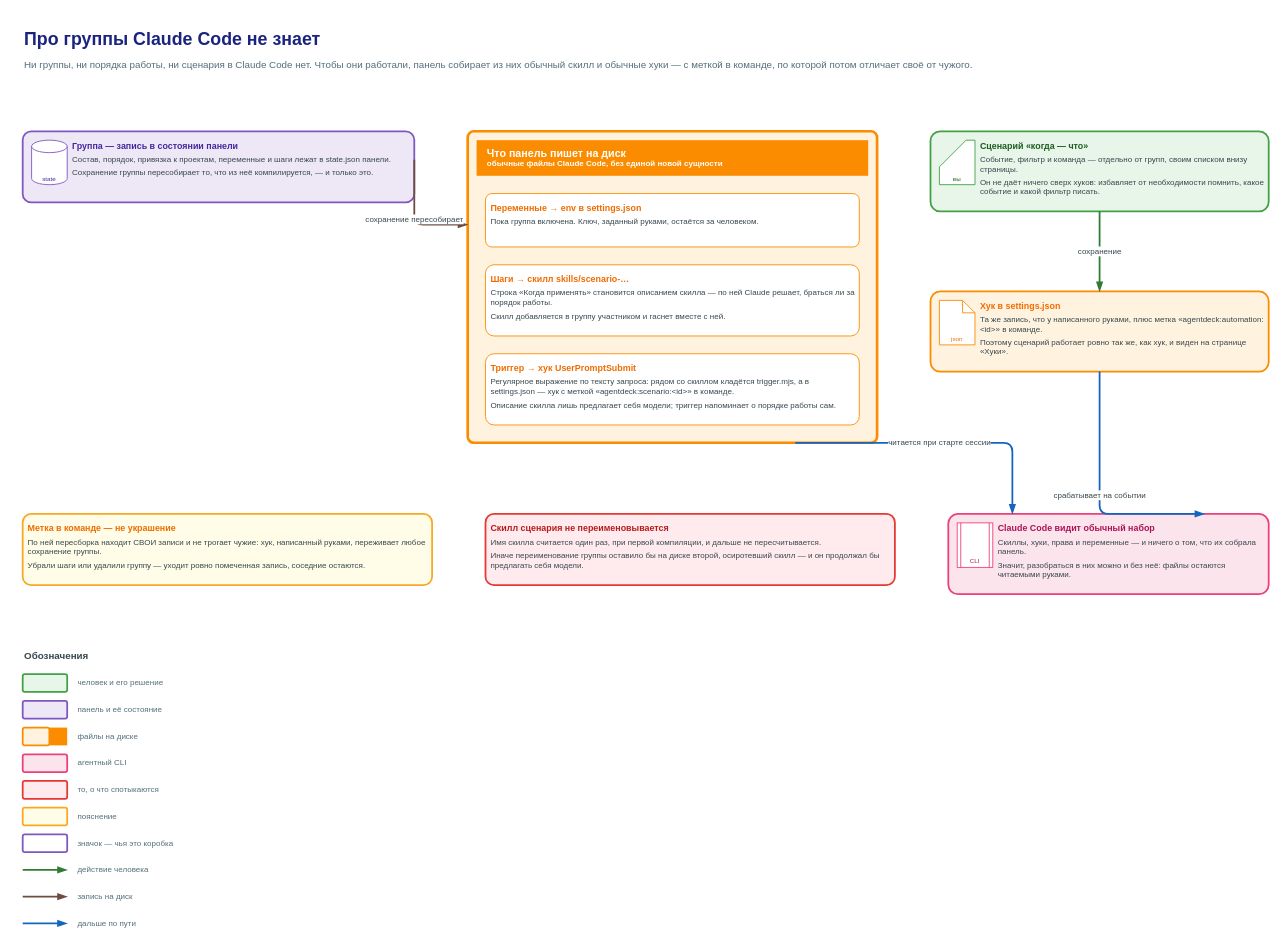
rusyander/claude-control keeps this draw.io diagram as page "2. Куда уходит группа" (2 of 2) of docs/diagrams/groups-guide/groups-guide.drawio. Above is the earlier version. Source tidied: cells renumbered, new cells numbered last; positions are measured from the earlier drawing's top-left corner, leaving out a move shared by most shapes. Both pictures are drawn from the tidied source at 89%, with x=0, y=0 at pixel (22, 24).
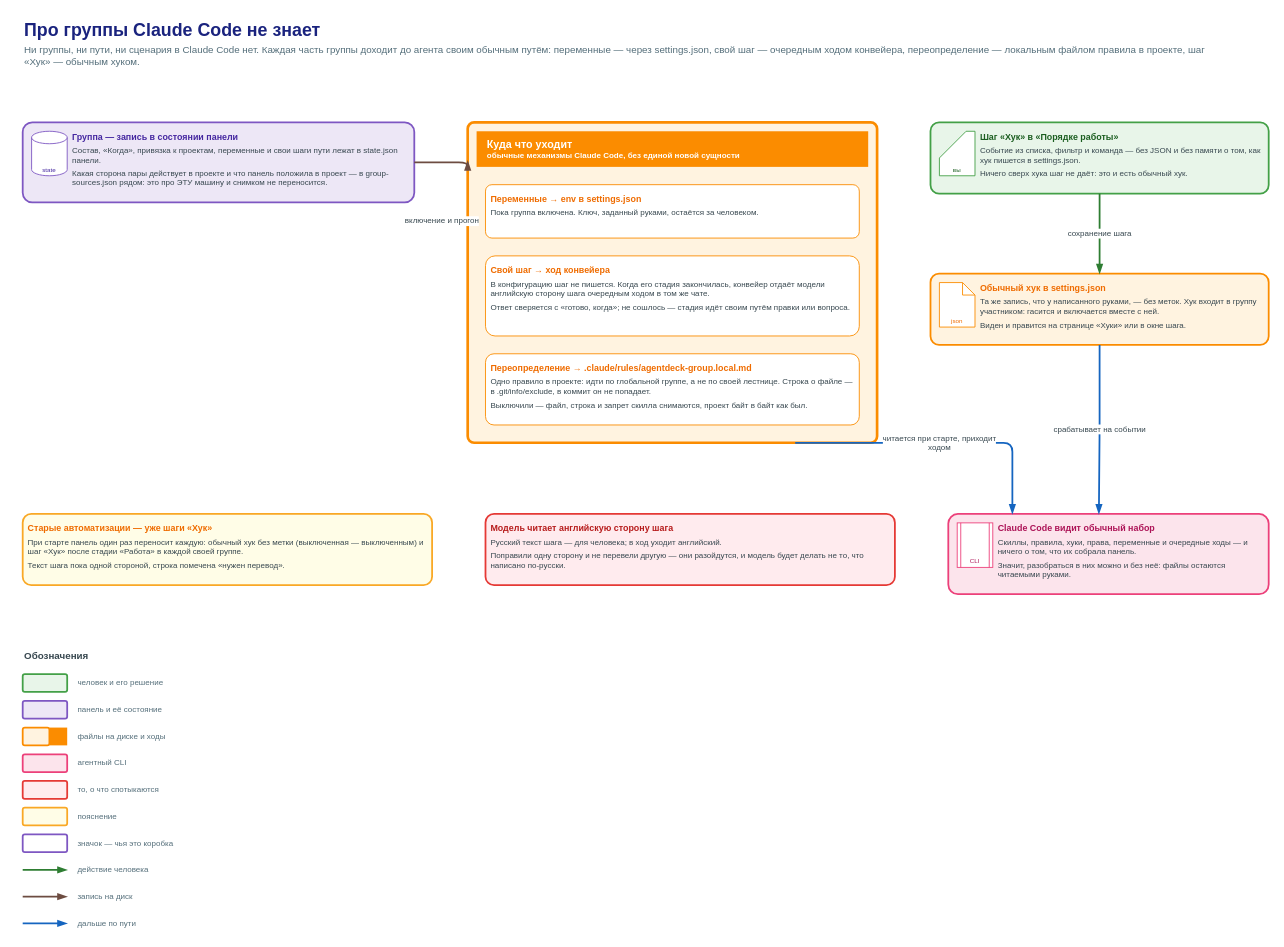
The same diagram, later.

The edit, as a diff of the source:
```diff
@@
     <mxCell id="2" value="Про группы Claude Code не знает" style="text;html=1;whiteSpace=wrap;align=left;verticalAlign=middle;fontSize=20;fontColor=#1A237E;fontStyle=1;" parent="1" vertex="1">
-      <mxGeometry width="1340" height="30" as="geometry" />
+      <mxGeometry y="-10" width="1340" height="30" as="geometry" />
     </mxCell>
-    <mxCell id="3" value="Ни группы, ни порядка работы, ни сценария в Claude Code нет. Чтобы они работали, панель собирает из них обычный скилл и обычные хуки — с меткой в команде, по которой потом отличает своё от чужого." style="text;html=1;whiteSpace=wrap;align=left;verticalAlign=middle;fontSize=11;fontColor=#546E7A;" parent="1" vertex="1">
-      <mxGeometry y="30" width="1340" height="30" as="geometry" />
+    <mxCell id="3" value="Ни группы, ни пути, ни сценария в Claude Code нет. Каждая часть группы доходит до агента своим обычным путём: переменные — через settings.json, свой шаг — очередным ходом конвейера, переопределение — локальным файлом правила в проекте, шаг «Хук» — обычным хуком." style="text;html=1;whiteSpace=wrap;align=left;verticalAlign=middle;fontSize=11;fontColor=#546E7A;" parent="1" vertex="1">
+      <mxGeometry y="20" width="1340" height="30" as="geometry" />
     </mxCell>
-    <mxCell id="4" value="&lt;div style=&quot;font-size:10px;font-weight:600;color:#4527A0;text-align:left&quot;&gt;Группа — запись в состоянии панели&lt;/div&gt;&lt;div style=&quot;font-size:9px;text-align:left;margin-top:4px&quot;&gt;Состав, порядок, привязка к проектам, переменные и шаги лежат в state.json панели.&lt;/div&gt;&lt;div style=&quot;font-size:9px;text-align:left;margin-top:4px&quot;&gt;Сохранение группы пересобирает то, что из неё компилируется, — и только это.&lt;/div&gt;" style="rounded=1;arcSize=12;fillColor=#EDE7F6;strokeColor=#7E57C2;strokeWidth=2;html=1;whiteSpace=wrap;align=left;verticalAlign=top;spacing=6;fontSize=9;fontColor=#37474F;spacingLeft=50;informational=1;" parent="1" vertex="1">
-      <mxGeometry y="120" width="440" height="80" as="geometry" />
+    <mxCell id="4" value="&lt;div style=&quot;font-size:10px;font-weight:600;color:#4527A0;text-align:left&quot;&gt;Группа — запись в состоянии панели&lt;/div&gt;&lt;div style=&quot;font-size:9px;text-align:left;margin-top:4px&quot;&gt;Состав, «Когда», привязка к проектам, переменные и свои шаги пути лежат в state.json панели.&lt;/div&gt;&lt;div style=&quot;font-size:9px;text-align:left;margin-top:4px&quot;&gt;Какая сторона пары действует в проекте и что панель положила в проект — в group-sources.json рядом: это про ЭТУ машину и снимком не переносится.&lt;/div&gt;" style="rounded=1;arcSize=12;fillColor=#EDE7F6;strokeColor=#7E57C2;strokeWidth=2;html=1;whiteSpace=wrap;align=left;verticalAlign=top;spacing=6;fontSize=9;fontColor=#37474F;spacingLeft=50;informational=1;" parent="1" vertex="1">
+      <mxGeometry y="110" width="440" height="90" as="geometry" />
     </mxCell>
@@
     <mxCell id="6" style="rounded=1;arcSize=2;fillColor=#FFF3E0;strokeColor=#FB8C00;strokeWidth=3;html=1;verticalAlign=top;align=left;informational=1;" parent="1" vertex="1">
-      <mxGeometry x="500" y="120" width="460" height="350" as="geometry" />
+      <mxGeometry x="500" y="110" width="460" height="360" as="geometry" />
     </mxCell>
-    <mxCell id="7" value="Что панель пишет на диск&lt;div style=&quot;font-size:9px&quot;&gt;обычные файлы Claude Code, без единой новой сущности&lt;/div&gt;" style="rounded=0;fillColor=#FB8C00;strokeColor=none;html=1;whiteSpace=wrap;align=left;verticalAlign=middle;spacingLeft=10;fontSize=12;fontStyle=1;fontColor=#FFFFFF;informational=1;" parent="6" vertex="1">
+    <mxCell id="7" value="Куда что уходит&lt;div style=&quot;font-size:9px&quot;&gt;обычные механизмы Claude Code, без единой новой сущности&lt;/div&gt;" style="rounded=0;fillColor=#FB8C00;strokeColor=none;html=1;whiteSpace=wrap;align=left;verticalAlign=middle;spacingLeft=10;fontSize=12;fontStyle=1;fontColor=#FFFFFF;informational=1;" parent="6" vertex="1">
       <mxGeometry x="10" y="10" width="440" height="40" as="geometry" />
     </mxCell>
@@
-    <mxCell id="9" value="&lt;div style=&quot;font-size:10px;font-weight:600;color:#EF6C00;text-align:left&quot;&gt;Шаги → скилл skills/scenario-…&lt;/div&gt;&lt;div style=&quot;font-size:9px;text-align:left;margin-top:4px&quot;&gt;Строка «Когда применять» становится описанием скилла — по ней Claude решает, браться ли за порядок работы.&lt;/div&gt;&lt;div style=&quot;font-size:9px;text-align:left;margin-top:4px&quot;&gt;Скилл добавляется в группу участником и гаснет вместе с ней.&lt;/div&gt;" style="rounded=1;arcSize=12;fillColor=#FFFFFF;strokeColor=#FB8C00;strokeWidth=1;html=1;whiteSpace=wrap;align=left;verticalAlign=top;spacing=6;fontSize=9;fontColor=#37474F;informational=1;" parent="6" vertex="1">
-      <mxGeometry x="20" y="150" width="420" height="80" as="geometry" />
-    </mxCell>
-    <mxCell id="10" value="&lt;div style=&quot;font-size:10px;font-weight:600;color:#EF6C00;text-align:left&quot;&gt;Триггер → хук UserPromptSubmit&lt;/div&gt;&lt;div style=&quot;font-size:9px;text-align:left;margin-top:4px&quot;&gt;Регулярное выражение по тексту запроса: рядом со скиллом кладётся trigger.mjs, а в settings.json — хук с меткой «agentdeck:scenario:&amp;lt;id&amp;gt;» в команде.&lt;/div&gt;&lt;div style=&quot;font-size:9px;text-align:left;margin-top:4px&quot;&gt;Описание скилла лишь предлагает себя модели; триггер напоминает о порядке работы сам.&lt;/div&gt;" style="rounded=1;arcSize=12;fillColor=#FFFFFF;strokeColor=#FB8C00;strokeWidth=1;html=1;whiteSpace=wrap;align=left;verticalAlign=top;spacing=6;fontSize=9;fontColor=#37474F;informational=1;" parent="6" vertex="1">
-      <mxGeometry x="20" y="250" width="420" height="80" as="geometry" />
-    </mxCell>
+    <mxCell id="45" value="&lt;div style=&quot;font-size:10px;font-weight:600;color:#EF6C00;text-align:left&quot;&gt;Свой шаг → ход конвейера&lt;/div&gt;&lt;div style=&quot;font-size:9px;text-align:left;margin-top:4px&quot;&gt;В конфигурацию шаг не пишется. Когда его стадия закончилась, конвейер отдаёт модели английскую сторону шага очередным ходом в том же чате.&lt;/div&gt;&lt;div style=&quot;font-size:9px;text-align:left;margin-top:4px&quot;&gt;Ответ сверяется с «готово, когда»; не сошлось — стадия идёт своим путём правки или вопроса.&lt;/div&gt;" style="rounded=1;arcSize=12;fillColor=#FFFFFF;strokeColor=#FB8C00;strokeWidth=1;html=1;whiteSpace=wrap;align=left;verticalAlign=top;spacing=6;fontSize=9;fontColor=#37474F;informational=1;" parent="6" vertex="1">
+      <mxGeometry x="20" y="150" width="420" height="90" as="geometry" />
+    </mxCell>
+    <mxCell id="46" value="&lt;div style=&quot;font-size:10px;font-weight:600;color:#EF6C00;text-align:left&quot;&gt;Переопределение → .claude/rules/agentdeck-group.local.md&lt;/div&gt;&lt;div style=&quot;font-size:9px;text-align:left;margin-top:4px&quot;&gt;Одно правило в проекте: идти по глобальной группе, а не по своей лестнице. Строка о файле — в .git/info/exclude, в коммит он не попадает.&lt;/div&gt;&lt;div style=&quot;font-size:9px;text-align:left;margin-top:4px&quot;&gt;Выключили — файл, строка и запрет скилла снимаются, проект байт в байт как был.&lt;/div&gt;" style="rounded=1;arcSize=12;fillColor=#FFFFFF;strokeColor=#FB8C00;strokeWidth=1;html=1;whiteSpace=wrap;align=left;verticalAlign=top;spacing=6;fontSize=9;fontColor=#37474F;informational=1;" parent="6" vertex="1">
+      <mxGeometry x="20" y="260" width="420" height="80" as="geometry" />
+    </mxCell>
-    <mxCell id="11" value="&lt;div style=&quot;font-size:10px;font-weight:600;color:#1B5E20;text-align:left&quot;&gt;Сценарий «когда — что»&lt;/div&gt;&lt;div style=&quot;font-size:9px;text-align:left;margin-top:4px&quot;&gt;Событие, фильтр и команда — отдельно от групп, своим списком внизу страницы.&lt;/div&gt;&lt;div style=&quot;font-size:9px;text-align:left;margin-top:4px&quot;&gt;Он не даёт ничего сверх хуков: избавляет от необходимости помнить, какое событие и какой фильтр писать.&lt;/div&gt;" style="rounded=1;arcSize=12;fillColor=#E8F5E9;strokeColor=#43A047;strokeWidth=2;html=1;whiteSpace=wrap;align=left;verticalAlign=top;spacing=6;fontSize=9;fontColor=#37474F;spacingLeft=50;informational=1;" parent="1" vertex="1">
-      <mxGeometry x="1020" y="120" width="380" height="90" as="geometry" />
+    <mxCell id="11" value="&lt;div style=&quot;font-size:10px;font-weight:600;color:#1B5E20;text-align:left&quot;&gt;Шаг «Хук» в «Порядке работы»&lt;/div&gt;&lt;div style=&quot;font-size:9px;text-align:left;margin-top:4px&quot;&gt;Событие из списка, фильтр и команда — без JSON и без памяти о том, как хук пишется в settings.json.&lt;/div&gt;&lt;div style=&quot;font-size:9px;text-align:left;margin-top:4px&quot;&gt;Ничего сверх хука шаг не даёт: это и есть обычный хук.&lt;/div&gt;" style="rounded=1;arcSize=12;fillColor=#E8F5E9;strokeColor=#43A047;strokeWidth=2;html=1;whiteSpace=wrap;align=left;verticalAlign=top;spacing=6;fontSize=9;fontColor=#37474F;spacingLeft=50;informational=1;" parent="1" vertex="1">
+      <mxGeometry x="1020" y="110" width="380" height="80" as="geometry" />
     </mxCell>
@@
-    <mxCell id="13" value="&lt;div style=&quot;font-size:10px;font-weight:600;color:#EF6C00;text-align:left&quot;&gt;Хук в settings.json&lt;/div&gt;&lt;div style=&quot;font-size:9px;text-align:left;margin-top:4px&quot;&gt;Та же запись, что у написанного руками, плюс метка «agentdeck:automation:&amp;lt;id&amp;gt;» в команде.&lt;/div&gt;&lt;div style=&quot;font-size:9px;text-align:left;margin-top:4px&quot;&gt;Поэтому сценарий работает ровно так же, как хук, и виден на странице «Хуки».&lt;/div&gt;" style="rounded=1;arcSize=12;fillColor=#FFF3E0;strokeColor=#FB8C00;strokeWidth=2;html=1;whiteSpace=wrap;align=left;verticalAlign=top;spacing=6;fontSize=9;fontColor=#37474F;spacingLeft=50;informational=1;" parent="1" vertex="1">
-      <mxGeometry x="1020" y="300" width="380" height="90" as="geometry" />
+    <mxCell id="13" value="&lt;div style=&quot;font-size:10px;font-weight:600;color:#EF6C00;text-align:left&quot;&gt;Обычный хук в settings.json&lt;/div&gt;&lt;div style=&quot;font-size:9px;text-align:left;margin-top:4px&quot;&gt;Та же запись, что у написанного руками, — без меток. Хук входит в группу участником: гасится и включается вместе с ней.&lt;/div&gt;&lt;div style=&quot;font-size:9px;text-align:left;margin-top:4px&quot;&gt;Виден и правится на странице «Хуки» или в окне шага.&lt;/div&gt;" style="rounded=1;arcSize=12;fillColor=#FFF3E0;strokeColor=#FB8C00;strokeWidth=2;html=1;whiteSpace=wrap;align=left;verticalAlign=top;spacing=6;fontSize=9;fontColor=#37474F;spacingLeft=50;informational=1;" parent="1" vertex="1">
+      <mxGeometry x="1020" y="280" width="380" height="80" as="geometry" />
     </mxCell>
@@
-    <mxCell id="15" value="&lt;div style=&quot;font-size:10px;font-weight:600;color:#EF6C00;text-align:left&quot;&gt;Метка в команде — не украшение&lt;/div&gt;&lt;div style=&quot;font-size:9px;text-align:left;margin-top:4px&quot;&gt;По ней пересборка находит СВОИ записи и не трогает чужие: хук, написанный руками, переживает любое сохранение группы.&lt;/div&gt;&lt;div style=&quot;font-size:9px;text-align:left;margin-top:4px&quot;&gt;Убрали шаги или удалили группу — уходит ровно помеченная запись, соседние остаются.&lt;/div&gt;" style="rounded=1;arcSize=12;fillColor=#FFFDE7;strokeColor=#F9A825;strokeWidth=2;html=1;whiteSpace=wrap;align=left;verticalAlign=top;spacing=6;fontSize=9;fontColor=#37474F;informational=1;" parent="1" vertex="1">
+    <mxCell id="15" value="&lt;div style=&quot;font-size:10px;font-weight:600;color:#EF6C00;text-align:left&quot;&gt;Старые автоматизации — уже шаги «Хук»&lt;/div&gt;&lt;div style=&quot;font-size:9px;text-align:left;margin-top:4px&quot;&gt;При старте панель один раз переносит каждую: обычный хук без метки (выключенная — выключенным) и шаг «Хук» после стадии «Работа» в каждой своей группе.&lt;/div&gt;&lt;div style=&quot;font-size:9px;text-align:left;margin-top:4px&quot;&gt;Текст шага пока одной стороной, строка помечена «нужен перевод».&lt;/div&gt;" style="rounded=1;arcSize=12;fillColor=#FFFDE7;strokeColor=#F9A825;strokeWidth=2;html=1;whiteSpace=wrap;align=left;verticalAlign=top;spacing=6;fontSize=9;fontColor=#37474F;informational=1;" parent="1" vertex="1">
       <mxGeometry y="550" width="460" height="80" as="geometry" />
     </mxCell>
-    <mxCell id="16" value="&lt;div style=&quot;font-size:10px;font-weight:600;color:#B71C1C;text-align:left&quot;&gt;Скилл сценария не переименовывается&lt;/div&gt;&lt;div style=&quot;font-size:9px;text-align:left;margin-top:4px&quot;&gt;Имя скилла считается один раз, при первой компиляции, и дальше не пересчитывается.&lt;/div&gt;&lt;div style=&quot;font-size:9px;text-align:left;margin-top:4px&quot;&gt;Иначе переименование группы оставило бы на диске второй, осиротевший скилл — и он продолжал бы предлагать себя модели.&lt;/div&gt;" style="rounded=1;arcSize=12;fillColor=#FFEBEE;strokeColor=#E53935;strokeWidth=2;html=1;whiteSpace=wrap;align=left;verticalAlign=top;spacing=6;fontSize=9;fontColor=#37474F;informational=1;" parent="1" vertex="1">
-      <mxGeometry x="520" y="550" width="460" height="80" as="geometry" />
-    </mxCell>
+    <mxCell id="47" value="&lt;div style=&quot;font-size:10px;font-weight:600;color:#B71C1C;text-align:left&quot;&gt;Модель читает английскую сторону шага&lt;/div&gt;&lt;div style=&quot;font-size:9px;text-align:left;margin-top:4px&quot;&gt;Русский текст шага — для человека; в ход уходит английский.&lt;/div&gt;&lt;div style=&quot;font-size:9px;text-align:left;margin-top:4px&quot;&gt;Поправили одну сторону и не перевели другую — они разойдутся, и модель будет делать не то, что написано по-русски.&lt;/div&gt;" style="rounded=1;arcSize=12;fillColor=#FFEBEE;strokeColor=#E53935;strokeWidth=2;html=1;whiteSpace=wrap;align=left;verticalAlign=top;spacing=6;fontSize=9;fontColor=#37474F;informational=1;" parent="1" vertex="1">
+      <mxGeometry x="520" y="550" width="460" height="80" as="geometry" />
+    </mxCell>
-    <mxCell id="17" value="&lt;div style=&quot;font-size:10px;font-weight:600;color:#AD1457;text-align:left&quot;&gt;Claude Code видит обычный набор&lt;/div&gt;&lt;div style=&quot;font-size:9px;text-align:left;margin-top:4px&quot;&gt;Скиллы, хуки, права и переменные — и ничего о том, что их собрала панель.&lt;/div&gt;&lt;div style=&quot;font-size:9px;text-align:left;margin-top:4px&quot;&gt;Значит, разобраться в них можно и без неё: файлы остаются читаемыми руками.&lt;/div&gt;" style="rounded=1;arcSize=12;fillColor=#FCE4EC;strokeColor=#EC407A;strokeWidth=2;html=1;whiteSpace=wrap;align=left;verticalAlign=top;spacing=6;fontSize=9;fontColor=#37474F;spacingLeft=50;informational=1;" parent="1" vertex="1">
+    <mxCell id="17" value="&lt;div style=&quot;font-size:10px;font-weight:600;color:#AD1457;text-align:left&quot;&gt;Claude Code видит обычный набор&lt;/div&gt;&lt;div style=&quot;font-size:9px;text-align:left;margin-top:4px&quot;&gt;Скиллы, правила, хуки, права, переменные и очередные ходы — и ничего о том, что их собрала панель.&lt;/div&gt;&lt;div style=&quot;font-size:9px;text-align:left;margin-top:4px&quot;&gt;Значит, разобраться в них можно и без неё: файлы остаются читаемыми руками.&lt;/div&gt;" style="rounded=1;arcSize=12;fillColor=#FCE4EC;strokeColor=#EC407A;strokeWidth=2;html=1;whiteSpace=wrap;align=left;verticalAlign=top;spacing=6;fontSize=9;fontColor=#37474F;spacingLeft=50;informational=1;" parent="1" vertex="1">
       <mxGeometry x="1040" y="550" width="360" height="90" as="geometry" />
     </mxCell>
@@
-    <mxCell id="19" value="сохранение пересобирает" style="edgeStyle=orthogonalEdgeStyle;rounded=1;html=1;fontSize=9;fontColor=#37474F;labelBackgroundColor=#FFFFFF;endArrow=blockThin;endFill=1;jettySize=auto;strokeWidth=2;strokeColor=#6D4C41;exitX=1;exitY=0.4;exitDx=0;exitDy=0;entryX=0;entryY=0.3;entryDx=0;entryDy=0;" parent="1" edge="1" source="4" target="6">
-      <mxGeometry relative="1" as="geometry">
+    <mxCell id="19" value="включение и прогон" style="edgeStyle=orthogonalEdgeStyle;rounded=1;html=1;fontSize=9;fontColor=#37474F;labelBackgroundColor=#FFFFFF;endArrow=blockThin;endFill=1;jettySize=auto;strokeWidth=2;strokeColor=#6D4C41;exitX=1;exitY=0.5;exitDx=0;exitDy=0;entryX=0;entryY=0.12;entryDx=0;entryDy=0;" parent="1" edge="1" source="4" target="6">
+      <mxGeometry y="-66" relative="1" as="geometry">
         <Array as="points">
-          <mxPoint x="440" y="225" />
+          <mxPoint x="500" y="155" />
         </Array>
       </mxGeometry>
     </mxCell>
-    <mxCell id="20" value="сохранение" style="edgeStyle=orthogonalEdgeStyle;rounded=1;html=1;fontSize=9;fontColor=#37474F;labelBackgroundColor=#FFFFFF;endArrow=blockThin;endFill=1;jettySize=auto;strokeWidth=2;strokeColor=#2E7D32;exitX=0.5;exitY=1;exitDx=0;exitDy=0;entryX=0.5;entryY=0;entryDx=0;entryDy=0;" parent="1" edge="1" source="11" target="13">
+    <mxCell id="20" value="сохранение шага" style="edgeStyle=orthogonalEdgeStyle;rounded=1;html=1;fontSize=9;fontColor=#37474F;labelBackgroundColor=#FFFFFF;endArrow=blockThin;endFill=1;jettySize=auto;strokeWidth=2;strokeColor=#2E7D32;exitX=0.5;exitY=1;exitDx=0;exitDy=0;entryX=0.5;entryY=0;entryDx=0;entryDy=0;" parent="1" edge="1" source="11" target="13">
       <mxGeometry relative="1" as="geometry" />
     </mxCell>
-    <mxCell id="21" value="читается при старте сессии" style="edgeStyle=orthogonalEdgeStyle;rounded=1;html=1;fontSize=9;fontColor=#37474F;labelBackgroundColor=#FFFFFF;endArrow=blockThin;endFill=1;jettySize=auto;strokeWidth=2;strokeColor=#1565C0;exitX=0.8;exitY=1;exitDx=0;exitDy=0;entryX=0.2;entryY=0;entryDx=0;entryDy=0;" parent="1" edge="1" source="6" target="17">
+    <mxCell id="21" value="читается при старте, приходит&lt;br&gt;ходом" style="edgeStyle=orthogonalEdgeStyle;rounded=1;html=1;fontSize=9;fontColor=#37474F;labelBackgroundColor=#FFFFFF;endArrow=blockThin;endFill=1;jettySize=auto;strokeWidth=2;strokeColor=#1565C0;exitX=0.8;exitY=1;exitDx=0;exitDy=0;entryX=0.2;entryY=0;entryDx=0;entryDy=0;" parent="1" edge="1" source="6" target="17">
       <mxGeometry relative="1" as="geometry">
         <Array as="points">
           <mxPoint x="1112" y="470" />
         </Array>
       </mxGeometry>
     </mxCell>
-    <mxCell id="22" value="срабатывает на событии" style="edgeStyle=orthogonalEdgeStyle;rounded=1;html=1;fontSize=9;fontColor=#37474F;labelBackgroundColor=#FFFFFF;endArrow=blockThin;endFill=1;jettySize=auto;strokeWidth=2;strokeColor=#1565C0;exitX=0.5;exitY=1;exitDx=0;exitDy=0;entryX=0.8;entryY=0;entryDx=0;entryDy=0;" parent="1" edge="1" source="13" target="17">
-      <mxGeometry relative="1" as="geometry">
-        <Array as="points">
-          <mxPoint x="1210" y="550" />
-        </Array>
-      </mxGeometry>
+    <mxCell id="22" value="срабатывает на событии" style="edgeStyle=orthogonalEdgeStyle;rounded=1;html=1;fontSize=9;fontColor=#37474F;labelBackgroundColor=#FFFFFF;endArrow=blockThin;endFill=1;jettySize=auto;strokeWidth=2;strokeColor=#1565C0;exitX=0.5;exitY=1;exitDx=0;exitDy=0;entryX=0.47;entryY=0;entryDx=0;entryDy=0;" parent="1" edge="1" source="13" target="17">
+      <mxGeometry relative="1" as="geometry" />
     </mxCell>
@@
-    <mxCell id="30" value="файлы на диске" style="text;html=1;whiteSpace=wrap;align=left;verticalAlign=middle;fontSize=9;fontColor=#546E7A;verticalAlign=middle;sample=1;" parent="1" vertex="1">
+    <mxCell id="30" value="файлы на диске и ходы" style="text;html=1;whiteSpace=wrap;align=left;verticalAlign=middle;fontSize=9;fontColor=#546E7A;verticalAlign=middle;sample=1;" parent="1" vertex="1">
       <mxGeometry x="60" y="790" width="150" height="20" as="geometry" />
     </mxCell>
```
